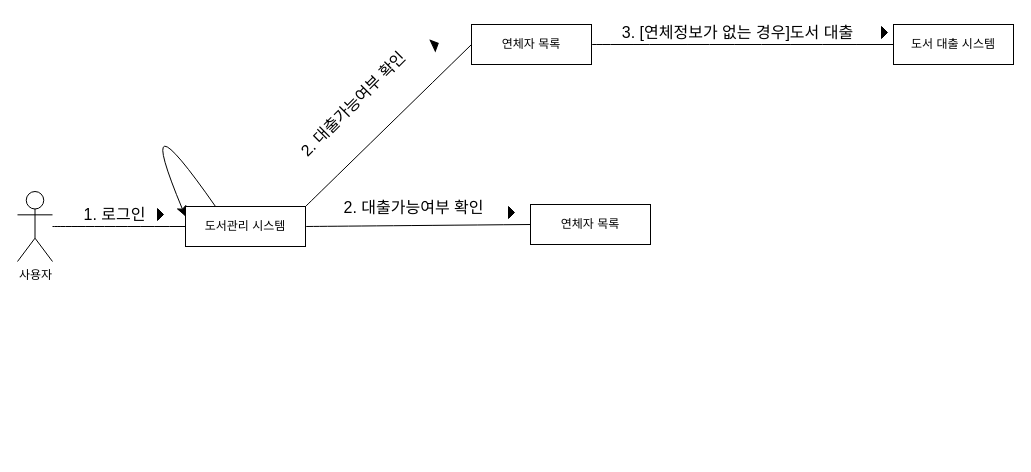
Before: communication diagram.drawio in ChanY00/-, a draw.io diagram. Source tidied: cells renumbered, new cells numbered last; positions are measured from the earlier drawing's top-left corner, leaving out a move shared by most shapes. Both pictures are drawn from the tidied source at 100%, with x=0, y=0 at pixel (17, 16).
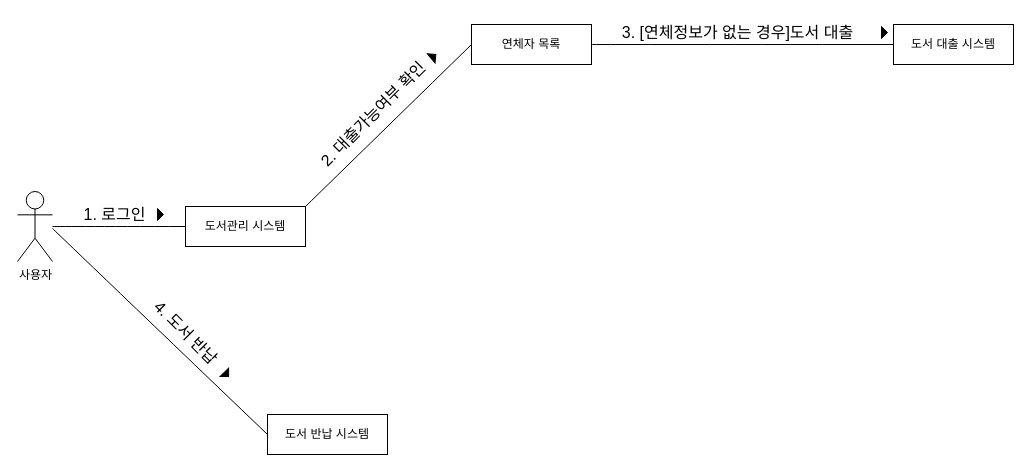
After the change.

Unchanged cells that the change refers to:
```xml
<mxCell id="4" value="도서관리 시스템" style="fontStyle=0;html=1;whiteSpace=wrap;" parent="1" vertex="1">
  <mxGeometry x="168" y="190" width="120" height="40" as="geometry" />
</mxCell>
```

Change to the diagram source:
```diff
@@
-    <mxCell id="3" style="edgeStyle=none;curved=1;rounded=0;orthogonalLoop=1;jettySize=auto;html=1;exitX=0.25;exitY=0;exitDx=0;exitDy=0;fontSize=12;startSize=8;endSize=8;entryX=0;entryY=0.25;entryDx=0;entryDy=0;" parent="1" edge="1" source="4" target="4">
-      <mxGeometry relative="1" as="geometry">
-        <Array as="points">
-          <mxPoint x="113" y="68" />
-        </Array>
-      </mxGeometry>
-    </mxCell>
@@
-    <mxCell id="9" style="triangle;fillColor=strokeColor;rotation=-25;" parent="1" vertex="1">
-      <mxGeometry x="415" y="22" width="6" height="12" as="geometry" />
+    <mxCell id="9" style="triangle;fillColor=strokeColor;rotation=-40;" parent="1" vertex="1">
+      <mxGeometry x="413" y="34" width="6" height="12" as="geometry" />
     </mxCell>
@@
     <mxCell id="11" value="2. 대출가능여부 확인" style="text;html=1;align=center;verticalAlign=middle;strokeColor=none;fillColor=none;fontSize=16;rotation=-45;" parent="1" vertex="1">
-      <mxGeometry x="251" y="72" width="168" height="31" as="geometry" />
+      <mxGeometry x="271" y="82" width="168" height="31" as="geometry" />
     </mxCell>
-    <mxCell id="12" value="연체자 목록" style="fontStyle=0;html=1;whiteSpace=wrap;" parent="1" vertex="1">
-      <mxGeometry x="513" y="188" width="120" height="40" as="geometry" />
+    <mxCell id="12" value="도서 반납 시스템" style="fontStyle=0;html=1;whiteSpace=wrap;" parent="1" vertex="1">
+      <mxGeometry x="250" y="398" width="120" height="40" as="geometry" />
     </mxCell>
-    <mxCell id="13" style="triangle;fillColor=strokeColor;rotation=0;" parent="1" vertex="1">
-      <mxGeometry x="491" y="190" width="6" height="12" as="geometry" />
+    <mxCell id="13" style="triangle;fillColor=strokeColor;rotation=45;" parent="1" vertex="1">
+      <mxGeometry x="206" y="352" width="6" height="12" as="geometry" />
     </mxCell>
-    <mxCell id="14" style="endArrow=none;html=1;rounded=0;align=center;verticalAlign=bottom;labelBackgroundColor=none;fontSize=12;startSize=8;endSize=8;curved=1;entryX=0;entryY=0.5;entryDx=0;entryDy=0;exitX=1;exitY=0.5;exitDx=0;exitDy=0;" parent="1" edge="1" source="4" target="12">
-      <mxGeometry relative="1" as="geometry" />
+    <mxCell id="14" style="endArrow=none;html=1;rounded=0;align=center;verticalAlign=bottom;labelBackgroundColor=none;fontSize=12;startSize=8;endSize=8;curved=1;entryX=0;entryY=0.5;entryDx=0;entryDy=0;" parent="1" edge="1" target="12">
+      <mxGeometry relative="1" as="geometry">
+        <mxPoint x="35" y="212" as="sourcePoint" />
+      </mxGeometry>
     </mxCell>
-    <mxCell id="15" value="2. 대출가능여부 확인" style="text;html=1;align=center;verticalAlign=middle;strokeColor=none;fillColor=none;fontSize=16;rotation=0;" parent="1" vertex="1">
-      <mxGeometry x="312" y="175" width="168" height="31" as="geometry" />
+    <mxCell id="15" value="4. 도서 반납" style="text;html=1;align=center;verticalAlign=middle;strokeColor=none;fillColor=none;fontSize=16;rotation=45;" parent="1" vertex="1">
+      <mxGeometry x="117" y="300" width="104" height="31" as="geometry" />
     </mxCell>
```
